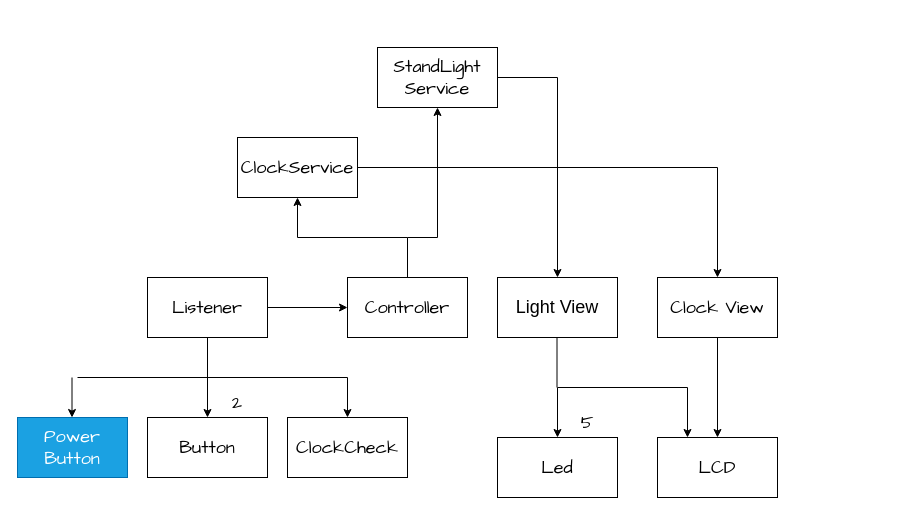
Before: page "페이지-1" (1 of 2) of sw_design/architecture.drawio in Kang9609/StandLight_Clock_Temperature, a draw.io diagram. Source tidied: cells renumbered, new cells numbered last; positions are measured from the earlier drawing's top-left corner, leaving out a move shared by most shapes. Both pictures are drawn from the tidied source at 100%, with x=0, y=0 at pixel (17, 47).
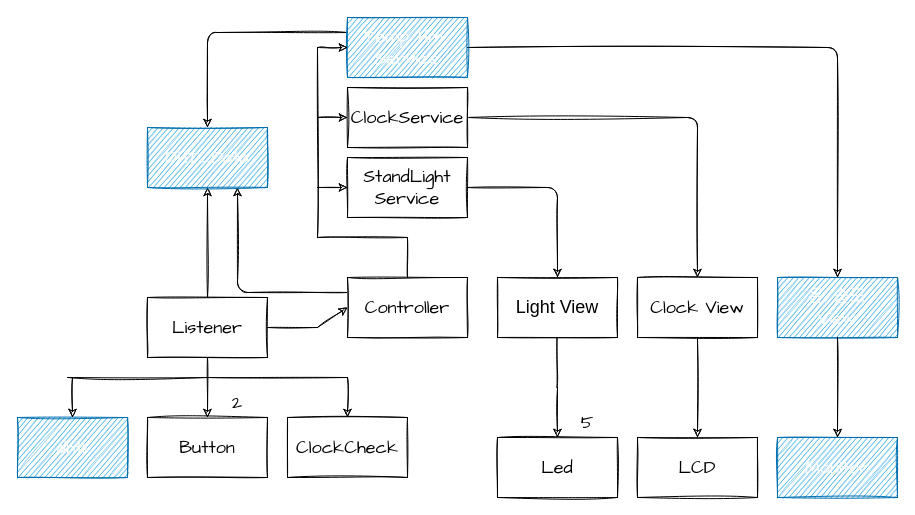
The same diagram, later.

The edit, as a diff of the source:
```diff
@@
-    <mxCell id="2" value="&lt;font face=&quot;Comic Sans MS&quot;&gt;Button&lt;/font&gt;" style="whiteSpace=wrap;html=1;fontSize=18;rounded=0;" parent="1" vertex="1">
+    <mxCell id="2" value="&lt;font face=&quot;Comic Sans MS&quot;&gt;Button&lt;/font&gt;" style="whiteSpace=wrap;html=1;fontSize=18;rounded=0;sketch=1;" parent="1" vertex="1">
       <mxGeometry x="130" y="370" width="120" height="60" as="geometry" />
     </mxCell>
-    <mxCell id="3" style="edgeStyle=none;html=1;fontSize=18;rounded=0;" parent="1" edge="1" source="5" target="2">
+    <mxCell id="3" style="edgeStyle=none;html=1;fontSize=18;rounded=0;sketch=1;" parent="1" edge="1" source="5" target="2">
       <mxGeometry relative="1" as="geometry" />
     </mxCell>
-    <mxCell id="4" style="edgeStyle=none;html=1;fontSize=18;rounded=0;" parent="1" edge="1" source="5" target="6">
-      <mxGeometry relative="1" as="geometry" />
+    <mxCell id="4" style="edgeStyle=none;html=1;fontSize=18;rounded=0;entryX=0;entryY=0.5;entryDx=0;entryDy=0;exitX=1;exitY=0.5;exitDx=0;exitDy=0;sketch=1;" parent="1" edge="1" source="5" target="6">
+      <mxGeometry relative="1" as="geometry">
+        <Array as="points">
+          <mxPoint x="300" y="280" />
+        </Array>
+      </mxGeometry>
     </mxCell>
+    <mxCell id="34" style="edgeStyle=none;html=1;exitX=0.5;exitY=0;exitDx=0;exitDy=0;entryX=0.5;entryY=1;entryDx=0;entryDy=0;sketch=1;" parent="1" edge="1" source="5" target="49">
+      <mxGeometry relative="1" as="geometry" />
+    </mxCell>
-    <mxCell id="5" value="&lt;font face=&quot;Comic Sans MS&quot;&gt;Listener&lt;/font&gt;" style="whiteSpace=wrap;html=1;fontSize=18;rounded=0;" parent="1" vertex="1">
-      <mxGeometry x="130" y="230" width="120" height="60" as="geometry" />
+    <mxCell id="5" value="&lt;font face=&quot;Comic Sans MS&quot;&gt;Listener&lt;/font&gt;" style="whiteSpace=wrap;html=1;fontSize=18;rounded=0;sketch=1;" parent="1" vertex="1">
+      <mxGeometry x="130" y="250" width="120" height="60" as="geometry" />
     </mxCell>
+    <mxCell id="35" style="edgeStyle=none;html=1;exitX=0;exitY=0.25;exitDx=0;exitDy=0;entryX=0.75;entryY=1;entryDx=0;entryDy=0;sketch=1;" parent="1" edge="1" source="6" target="49">
+      <mxGeometry relative="1" as="geometry">
+        <Array as="points">
+          <mxPoint x="220" y="245" />
+        </Array>
+      </mxGeometry>
+    </mxCell>
-    <mxCell id="6" value="&lt;font face=&quot;Comic Sans MS&quot;&gt;Controller&lt;/font&gt;" style="whiteSpace=wrap;html=1;fontSize=18;rounded=0;" parent="1" vertex="1">
+    <mxCell id="6" value="&lt;font face=&quot;Comic Sans MS&quot;&gt;Controller&lt;/font&gt;" style="whiteSpace=wrap;html=1;fontSize=18;rounded=0;sketch=1;" parent="1" vertex="1">
       <mxGeometry x="330" y="230" width="120" height="60" as="geometry" />
     </mxCell>
-    <mxCell id="7" style="edgeStyle=none;html=1;fontSize=18;rounded=0;entryX=0;entryY=1;entryDx=0;entryDy=0;" parent="1" edge="1" target="15">
+    <mxCell id="7" style="edgeStyle=none;html=1;fontSize=18;rounded=0;entryX=0;entryY=1;entryDx=0;entryDy=0;sketch=1;" parent="1" edge="1" target="15">
       <mxGeometry relative="1" as="geometry">
         <mxPoint x="540" y="340" as="sourcePoint" />
       </mxGeometry>
     </mxCell>
-    <mxCell id="8" value="Light View" style="whiteSpace=wrap;html=1;fontSize=18;rounded=0;" parent="1" vertex="1">
+    <mxCell id="8" value="Light View" style="whiteSpace=wrap;html=1;fontSize=18;rounded=0;sketch=1;" parent="1" vertex="1">
       <mxGeometry x="480" y="230" width="120" height="60" as="geometry" />
     </mxCell>
-    <mxCell id="9" value="&lt;font face=&quot;Comic Sans MS&quot;&gt;Led&lt;/font&gt;" style="whiteSpace=wrap;html=1;fontSize=18;rounded=0;" parent="1" vertex="1">
+    <mxCell id="9" value="&lt;font face=&quot;Comic Sans MS&quot;&gt;Led&lt;/font&gt;" style="whiteSpace=wrap;html=1;fontSize=18;rounded=0;sketch=1;" parent="1" vertex="1">
       <mxGeometry x="480" y="390" width="120" height="60" as="geometry" />
     </mxCell>
-    <mxCell id="10" style="edgeStyle=orthogonalEdgeStyle;html=1;exitX=1;exitY=0.5;exitDx=0;exitDy=0;entryX=0.5;entryY=0;entryDx=0;entryDy=0;fontSize=18;rounded=0;" parent="1" edge="1" source="11" target="8">
-      <mxGeometry relative="1" as="geometry" />
+    <mxCell id="10" style="edgeStyle=none;html=1;exitX=1;exitY=0.5;exitDx=0;exitDy=0;entryX=0.5;entryY=0;entryDx=0;entryDy=0;sketch=1;" parent="1" edge="1" source="11" target="8">
+      <mxGeometry relative="1" as="geometry">
+        <Array as="points">
+          <mxPoint x="540" y="140" />
+        </Array>
+      </mxGeometry>
     </mxCell>
-    <mxCell id="11" value="StandLight&lt;br&gt;Service" style="whiteSpace=wrap;html=1;fontSize=18;rounded=0;fontFamily=Comic Sans MS;" parent="1" vertex="1">
-      <mxGeometry x="360" width="120" height="60" as="geometry" />
+    <mxCell id="11" value="StandLight&lt;br&gt;Service" style="whiteSpace=wrap;html=1;fontSize=18;rounded=0;fontFamily=Comic Sans MS;sketch=1;" parent="1" vertex="1">
+      <mxGeometry x="330" y="110" width="120" height="60" as="geometry" />
     </mxCell>
-    <mxCell id="12" value="&lt;font face=&quot;Comic Sans MS&quot; style=&quot;font-size: 18px&quot;&gt;LCD&lt;/font&gt;" style="rounded=0;whiteSpace=wrap;html=1;" parent="1" vertex="1">
-      <mxGeometry x="640" y="390" width="120" height="60" as="geometry" />
+    <mxCell id="12" value="&lt;font face=&quot;Comic Sans MS&quot; style=&quot;font-size: 18px&quot;&gt;LCD&lt;/font&gt;" style="rounded=0;whiteSpace=wrap;html=1;sketch=1;" parent="1" vertex="1">
+      <mxGeometry x="620" y="390" width="120" height="60" as="geometry" />
     </mxCell>
-    <mxCell id="13" style="endArrow=none;html=1;fontFamily=Comic Sans MS;fontSize=18;" parent="1" edge="1">
+    <mxCell id="13" style="endArrow=none;html=1;fontFamily=Comic Sans MS;fontSize=18;sketch=1;" parent="1" edge="1">
       <mxGeometry relative="1" as="geometry">
         <mxPoint x="539.5" y="340" as="sourcePoint" />
         <mxPoint x="539.5" y="290" as="targetPoint" />
       </mxGeometry>
     </mxCell>
-    <mxCell id="14" value="2" style="text;html=1;strokeColor=none;fillColor=none;align=center;verticalAlign=middle;whiteSpace=wrap;rounded=0;fontFamily=Comic Sans MS;fontSize=18;" parent="1" vertex="1">
+    <mxCell id="14" value="2" style="text;html=1;strokeColor=none;fillColor=none;align=center;verticalAlign=middle;whiteSpace=wrap;rounded=0;fontFamily=Comic Sans MS;fontSize=18;sketch=1;" parent="1" vertex="1">
       <mxGeometry x="190" y="340" width="60" height="30" as="geometry" />
     </mxCell>
-    <mxCell id="15" value="5" style="text;html=1;strokeColor=none;fillColor=none;align=center;verticalAlign=middle;whiteSpace=wrap;rounded=0;fontFamily=Comic Sans MS;fontSize=18;" parent="1" vertex="1">
+    <mxCell id="15" value="5" style="text;html=1;strokeColor=none;fillColor=none;align=center;verticalAlign=middle;whiteSpace=wrap;rounded=0;fontFamily=Comic Sans MS;fontSize=18;sketch=1;" parent="1" vertex="1">
       <mxGeometry x="540" y="360" width="60" height="30" as="geometry" />
     </mxCell>
+    <mxCell id="36" style="edgeStyle=none;html=1;exitX=1;exitY=0.5;exitDx=0;exitDy=0;entryX=0.5;entryY=0;entryDx=0;entryDy=0;sketch=1;" parent="1" edge="1" source="16" target="20">
+      <mxGeometry relative="1" as="geometry">
+        <Array as="points">
+          <mxPoint x="680" y="70" />
+        </Array>
+      </mxGeometry>
+    </mxCell>
-    <mxCell id="16" value="ClockService" style="rounded=0;whiteSpace=wrap;html=1;fontFamily=Comic Sans MS;fontSize=18;" parent="1" vertex="1">
-      <mxGeometry x="220" y="90" width="120" height="60" as="geometry" />
+    <mxCell id="16" value="ClockService" style="rounded=0;whiteSpace=wrap;html=1;fontFamily=Comic Sans MS;fontSize=18;sketch=1;" parent="1" vertex="1">
+      <mxGeometry x="330" y="40" width="120" height="60" as="geometry" />
     </mxCell>
-    <mxCell id="17" style="endArrow=classic;html=1;fontFamily=Comic Sans MS;fontSize=18;entryX=0.5;entryY=1;entryDx=0;entryDy=0;" parent="1" edge="1" target="16">
-      <mxGeometry relative="1" as="geometry">
-        <mxPoint x="280" y="190" as="sourcePoint" />
-      </mxGeometry>
-    </mxCell>
-    <mxCell id="18" style="endArrow=none;html=1;fontFamily=Comic Sans MS;fontSize=18;" parent="1" edge="1">
-      <mxGeometry relative="1" as="geometry">
-        <mxPoint x="280" y="190" as="sourcePoint" />
-        <mxPoint x="390" y="190" as="targetPoint" />
-      </mxGeometry>
-    </mxCell>
-    <mxCell id="19" style="endArrow=none;html=1;fontFamily=Comic Sans MS;fontSize=18;exitX=1;exitY=0.5;exitDx=0;exitDy=0;" parent="1" edge="1" source="16">
-      <mxGeometry relative="1" as="geometry">
-        <mxPoint x="700" y="120" as="targetPoint" />
-      </mxGeometry>
-    </mxCell>
-    <mxCell id="20" value="Clock View" style="rounded=0;whiteSpace=wrap;html=1;fontFamily=Comic Sans MS;fontSize=18;" parent="1" vertex="1">
-      <mxGeometry x="640" y="230" width="120" height="60" as="geometry" />
+    <mxCell id="20" value="Clock View" style="rounded=0;whiteSpace=wrap;html=1;fontFamily=Comic Sans MS;fontSize=18;sketch=1;" parent="1" vertex="1">
+      <mxGeometry x="620" y="230" width="120" height="60" as="geometry" />
     </mxCell>
-    <mxCell id="21" style="endArrow=classic;html=1;fontFamily=Comic Sans MS;fontSize=18;entryX=0.5;entryY=0;entryDx=0;entryDy=0;" parent="1" edge="1" target="20">
-      <mxGeometry relative="1" as="geometry">
-        <mxPoint x="700" y="120" as="sourcePoint" />
-      </mxGeometry>
-    </mxCell>
-    <mxCell id="22" style="endArrow=classic;html=1;fontFamily=Comic Sans MS;fontSize=18;entryX=0.5;entryY=0;entryDx=0;entryDy=0;" parent="1" edge="1" target="12">
-      <mxGeometry relative="1" as="geometry">
-        <mxPoint x="700" y="290" as="sourcePoint" />
-      </mxGeometry>
+    <mxCell id="22" style="endArrow=classic;html=1;fontFamily=Comic Sans MS;fontSize=18;entryX=0.5;entryY=0;entryDx=0;entryDy=0;exitX=0.5;exitY=1;exitDx=0;exitDy=0;sketch=1;" parent="1" edge="1" source="20" target="12">
+      <mxGeometry relative="1" as="geometry" />
     </mxCell>
-    <mxCell id="23" value="ClockCheck" style="rounded=0;whiteSpace=wrap;html=1;fontFamily=Comic Sans MS;fontSize=18;" parent="1" vertex="1">
+    <mxCell id="23" value="ClockCheck" style="rounded=0;whiteSpace=wrap;html=1;fontFamily=Comic Sans MS;fontSize=18;sketch=1;" parent="1" vertex="1">
       <mxGeometry x="270" y="370" width="120" height="60" as="geometry" />
     </mxCell>
-    <mxCell id="24" style="endArrow=classic;html=1;fontFamily=Comic Sans MS;fontSize=18;entryX=0.5;entryY=0;entryDx=0;entryDy=0;" parent="1" edge="1" target="23">
+    <mxCell id="24" style="endArrow=classic;html=1;fontFamily=Comic Sans MS;fontSize=18;entryX=0.5;entryY=0;entryDx=0;entryDy=0;sketch=1;" parent="1" edge="1" target="23">
       <mxGeometry relative="1" as="geometry">
         <mxPoint x="330" y="330" as="sourcePoint" />
       </mxGeometry>
     </mxCell>
-    <mxCell id="25" style="endArrow=none;html=1;fontFamily=Comic Sans MS;fontSize=18;" parent="1" edge="1">
+    <mxCell id="25" style="endArrow=none;html=1;fontFamily=Comic Sans MS;fontSize=18;sketch=1;" parent="1" edge="1">
       <mxGeometry relative="1" as="geometry">
         <mxPoint x="190" y="330" as="sourcePoint" />
         <mxPoint x="330" y="330" as="targetPoint" />
       </mxGeometry>
     </mxCell>
-    <mxCell id="26" style="endArrow=none;html=1;fontFamily=Comic Sans MS;fontSize=18;exitX=0.5;exitY=0;exitDx=0;exitDy=0;" parent="1" edge="1" source="6">
+    <mxCell id="26" style="endArrow=none;html=1;fontFamily=Comic Sans MS;fontSize=18;exitX=0.5;exitY=0;exitDx=0;exitDy=0;sketch=1;" parent="1" edge="1" source="6">
       <mxGeometry relative="1" as="geometry">
         <mxPoint x="390" y="190" as="targetPoint" />
       </mxGeometry>
     </mxCell>
-    <mxCell id="27" style="endArrow=none;html=1;fontFamily=Comic Sans MS;fontSize=18;" parent="1" edge="1">
-      <mxGeometry relative="1" as="geometry">
-        <mxPoint x="390" y="190" as="sourcePoint" />
-        <mxPoint x="420" y="190" as="targetPoint" />
-      </mxGeometry>
-    </mxCell>
-    <mxCell id="28" style="endArrow=classic;html=1;fontFamily=Comic Sans MS;fontSize=18;entryX=0.5;entryY=1;entryDx=0;entryDy=0;" parent="1" edge="1" target="11">
-      <mxGeometry relative="1" as="geometry">
-        <mxPoint x="420" y="190" as="sourcePoint" />
-      </mxGeometry>
-    </mxCell>
-    <mxCell id="29" value="&lt;font face=&quot;Comic Sans MS&quot; style=&quot;font-size: 18px&quot;&gt;Power&lt;br&gt;Button&lt;br&gt;&lt;/font&gt;" style="rounded=0;whiteSpace=wrap;html=1;fillColor=#1ba1e2;fontColor=#ffffff;strokeColor=#006EAF;" parent="1" vertex="1">
+    <mxCell id="29" value="&lt;font face=&quot;Comic Sans MS&quot; style=&quot;font-size: 18px&quot;&gt;dht11&lt;br&gt;&lt;/font&gt;" style="rounded=0;whiteSpace=wrap;html=1;fillColor=#1ba1e2;fontColor=#ffffff;strokeColor=#006EAF;sketch=1;" parent="1" vertex="1">
       <mxGeometry y="370" width="110" height="60" as="geometry" />
     </mxCell>
-    <mxCell id="30" style="endArrow=classic;html=1;fontFamily=Comic Sans MS;fontSize=18;" parent="1" edge="1">
-      <mxGeometry relative="1" as="geometry">
-        <mxPoint x="54.5" y="330" as="sourcePoint" />
-        <mxPoint x="54.5" y="370" as="targetPoint" />
-      </mxGeometry>
-    </mxCell>
-    <mxCell id="31" style="endArrow=none;html=1;fontFamily=Comic Sans MS;fontSize=18;" parent="1" edge="1">
+    <mxCell id="31" style="endArrow=none;html=1;fontFamily=Comic Sans MS;fontSize=18;sketch=1;" parent="1" edge="1">
       <mxGeometry relative="1" as="geometry">
-        <mxPoint x="60" y="330" as="sourcePoint" />
+        <mxPoint x="50" y="330" as="sourcePoint" />
         <mxPoint x="190" y="330" as="targetPoint" />
       </mxGeometry>
     </mxCell>
-    <mxCell id="32" style="endArrow=none;html=1;fontFamily=Comic Sans MS;fontSize=18;" parent="1" edge="1">
-      <mxGeometry relative="1" as="geometry">
-        <mxPoint x="540" y="340" as="sourcePoint" />
-        <mxPoint x="670" y="340" as="targetPoint" />
-      </mxGeometry>
-    </mxCell>
-    <mxCell id="33" style="endArrow=classic;html=1;fontFamily=Comic Sans MS;fontSize=18;entryX=0.25;entryY=0;entryDx=0;entryDy=0;" parent="1" edge="1" target="12">
-      <mxGeometry relative="1" as="geometry">
-        <mxPoint x="670" y="340" as="sourcePoint" />
-      </mxGeometry>
-    </mxCell>
+    <mxCell id="37" value="&lt;font face=&quot;Comic Sans MS&quot; style=&quot;font-size: 18px&quot;&gt;Monitor&lt;/font&gt;" style="rounded=0;whiteSpace=wrap;html=1;fillColor=#1ba1e2;fontColor=#ffffff;strokeColor=#006EAF;sketch=1;" parent="1" vertex="1">
+      <mxGeometry x="760" y="390" width="120" height="60" as="geometry" />
+    </mxCell>
+    <mxCell id="38" value="&lt;font face=&quot;Comic Sans MS&quot; style=&quot;font-size: 18px&quot;&gt;온/습도&lt;br&gt;View&lt;/font&gt;" style="rounded=0;whiteSpace=wrap;html=1;fillColor=#1ba1e2;fontColor=#ffffff;strokeColor=#006EAF;sketch=1;" parent="1" vertex="1">
+      <mxGeometry x="760" y="230" width="120" height="60" as="geometry" />
+    </mxCell>
+    <mxCell id="39" style="edgeStyle=none;html=1;exitX=1;exitY=0.5;exitDx=0;exitDy=0;entryX=0.5;entryY=0;entryDx=0;entryDy=0;sketch=1;" parent="1" edge="1" source="41" target="38">
+      <mxGeometry relative="1" as="geometry">
+        <Array as="points">
+          <mxPoint x="820" />
+        </Array>
+      </mxGeometry>
+    </mxCell>
+    <mxCell id="40" style="edgeStyle=none;html=1;exitX=0;exitY=0.25;exitDx=0;exitDy=0;entryX=0.5;entryY=0;entryDx=0;entryDy=0;sketch=1;" parent="1" edge="1" source="41" target="49">
+      <mxGeometry relative="1" as="geometry">
+        <Array as="points">
+          <mxPoint x="190" y="-15" />
+        </Array>
+      </mxGeometry>
+    </mxCell>
+    <mxCell id="41" value="&lt;font face=&quot;Comic Sans MS&quot; style=&quot;font-size: 18px&quot;&gt;Temp/Hm&amp;nbsp;&lt;br&gt;Service&lt;br&gt;&lt;/font&gt;" style="rounded=0;whiteSpace=wrap;html=1;fillColor=#1ba1e2;fontColor=#ffffff;strokeColor=#006EAF;sketch=1;" parent="1" vertex="1">
+      <mxGeometry x="330" y="-30" width="120" height="60" as="geometry" />
+    </mxCell>
+    <mxCell id="42" style="endArrow=classic;html=1;fontFamily=Comic Sans MS;fontSize=18;entryX=0.5;entryY=0;entryDx=0;entryDy=0;exitX=0.5;exitY=1;exitDx=0;exitDy=0;sketch=1;" parent="1" edge="1" source="38" target="37">
+      <mxGeometry relative="1" as="geometry" />
+    </mxCell>
+    <mxCell id="43" style="endArrow=classic;html=1;fontFamily=Comic Sans MS;fontSize=18;entryX=0.5;entryY=0;entryDx=0;entryDy=0;sketch=1;" parent="1" edge="1" target="29">
+      <mxGeometry relative="1" as="geometry">
+        <mxPoint x="55" y="330" as="sourcePoint" />
+      </mxGeometry>
+    </mxCell>
+    <mxCell id="44" style="endArrow=none;html=1;sketch=1;" parent="1" edge="1">
+      <mxGeometry relative="1" as="geometry">
+        <mxPoint x="300" y="190" as="sourcePoint" />
+        <mxPoint x="390" y="190" as="targetPoint" />
+      </mxGeometry>
+    </mxCell>
+    <mxCell id="45" style="endArrow=none;html=1;sketch=1;" parent="1" edge="1">
+      <mxGeometry relative="1" as="geometry">
+        <mxPoint x="300" y="190" as="sourcePoint" />
+        <mxPoint x="300" as="targetPoint" />
+      </mxGeometry>
+    </mxCell>
+    <mxCell id="46" style="endArrow=classic;html=1;entryX=0;entryY=0.5;entryDx=0;entryDy=0;sketch=1;" parent="1" edge="1" target="11">
+      <mxGeometry relative="1" as="geometry">
+        <mxPoint x="300" y="140" as="sourcePoint" />
+      </mxGeometry>
+    </mxCell>
+    <mxCell id="47" style="endArrow=classic;html=1;entryX=0;entryY=0.5;entryDx=0;entryDy=0;sketch=1;" parent="1" edge="1" target="16">
+      <mxGeometry relative="1" as="geometry">
+        <mxPoint x="300" y="70" as="sourcePoint" />
+      </mxGeometry>
+    </mxCell>
+    <mxCell id="48" style="endArrow=classic;html=1;entryX=0;entryY=0.5;entryDx=0;entryDy=0;sketch=1;" parent="1" edge="1" target="41">
+      <mxGeometry relative="1" as="geometry">
+        <mxPoint x="300" as="sourcePoint" />
+      </mxGeometry>
+    </mxCell>
+    <mxCell id="49" value="&lt;font face=&quot;Comic Sans MS&quot;&gt;DHT_Data&lt;/font&gt;" style="whiteSpace=wrap;html=1;fontSize=18;rounded=0;fillColor=#1ba1e2;fontColor=#ffffff;strokeColor=#006EAF;sketch=1;" parent="1" vertex="1">
+      <mxGeometry x="130" y="80" width="120" height="60" as="geometry" />
+    </mxCell>
```
